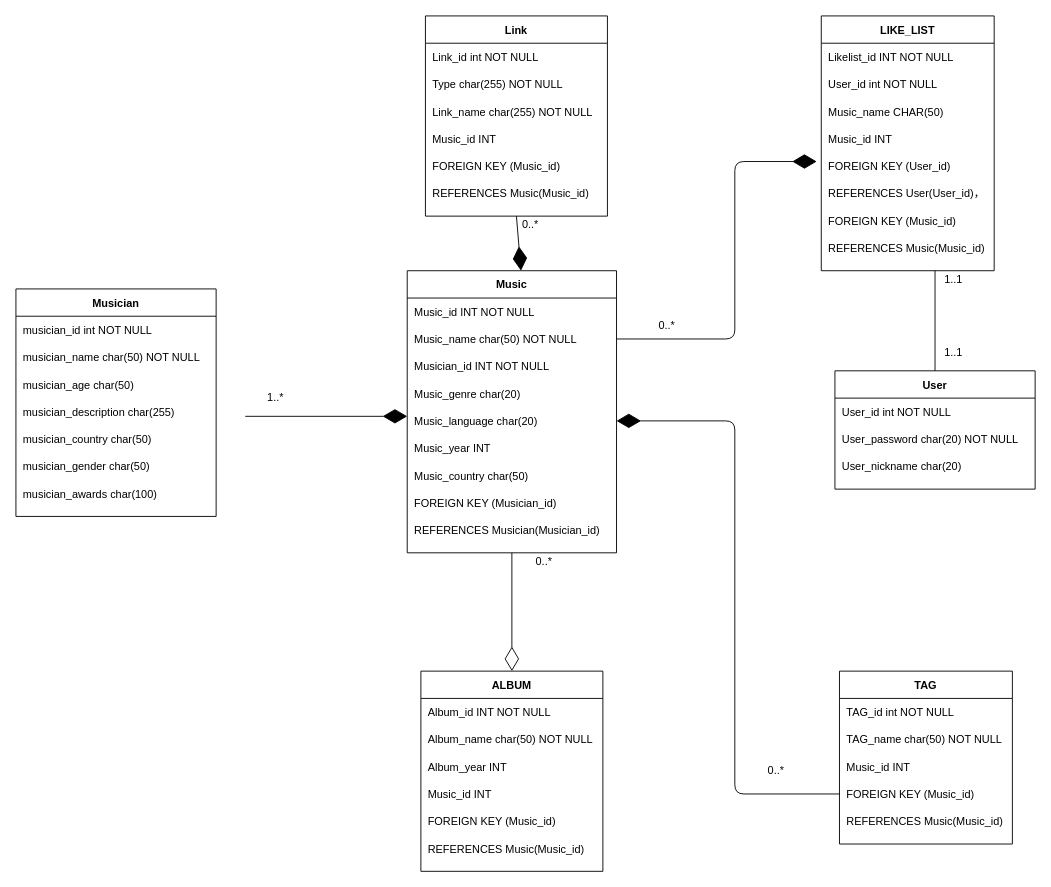
Before: Stage2.drawio in neo99zhang/CS411-Project-Tornado-Music, a draw.io diagram. Source tidied: cells renumbered, new cells numbered last; positions are measured from the earlier drawing's top-left corner, leaving out a move shared by most shapes. Both pictures are drawn from the tidied source at 91%, with x=0, y=0 at pixel (15, 15).
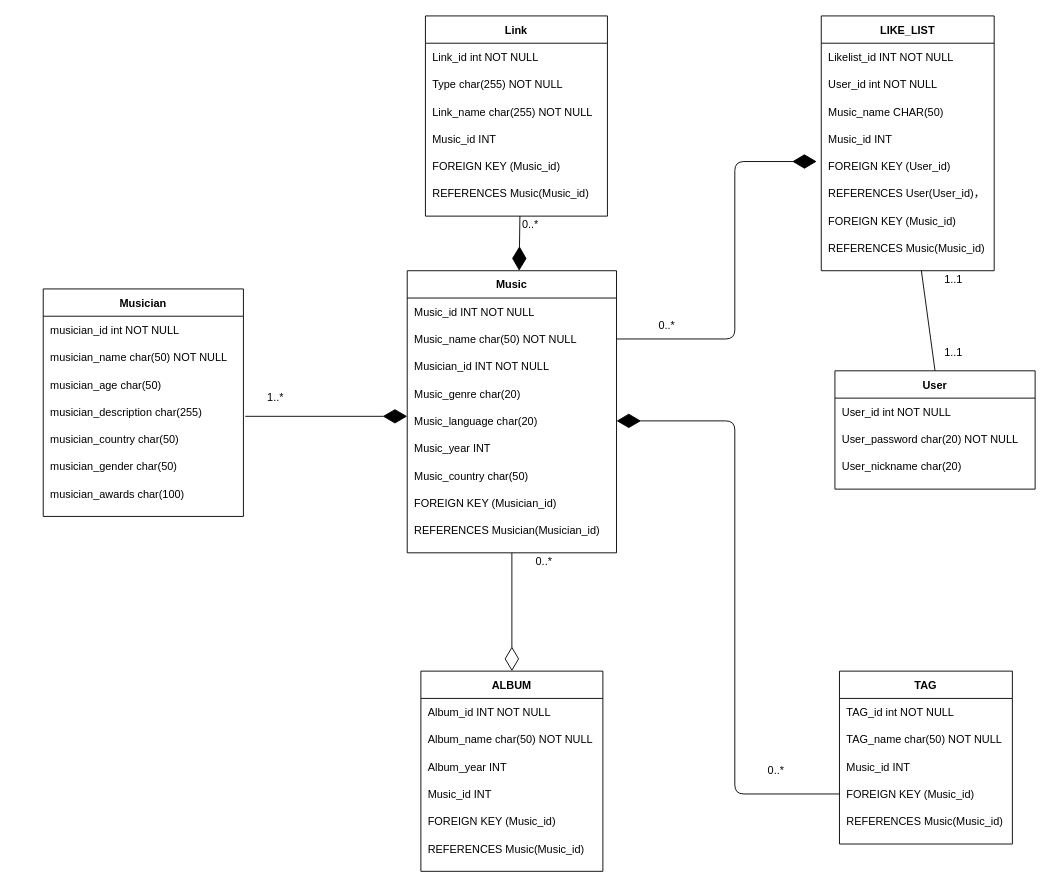
The same page after the edit.

Unchanged cells that the change refers to:
```xml
<mxCell id="2" value="User" style="shape=table;startSize=30;childLayout=tableLayout;rowLines=0;fontStyle=1;align=center;" parent="1" vertex="1">
  <mxGeometry x="900" y="390" width="220" height="130" as="geometry" />
</mxCell>
<mxCell id="43" value="Link" style="shape=table;startSize=30;childLayout=tableLayout;rowLines=0;fontStyle=1;align=center;" parent="1" vertex="1">
  <mxGeometry x="450" width="200" height="220" as="geometry" />
</mxCell>
<mxCell id="102" value="0..*" style="text;html=1;align=center;verticalAlign=middle;points=[];strokeColor=none;fillColor=none;" parent="1" vertex="1">
  <mxGeometry x="550" y="220" width="30" height="20" as="geometry" />
</mxCell>
```

What changed in the source:
```diff
@@
     <mxCell id="9" value="Musician" style="shape=table;startSize=30;childLayout=tableLayout;rowLines=0;fontStyle=1;align=center;" parent="1" vertex="1">
-      <mxGeometry y="300" width="220" height="250" as="geometry" />
+      <mxGeometry x="30" y="300" width="220" height="250" as="geometry" />
     </mxCell>
@@
-    <mxCell id="101" style="endArrow=diamondThin;endFill=1;endSize=24;html=1;exitX=0.5;exitY=1;exitDx=0;exitDy=0;" parent="1" edge="1" source="43">
+    <mxCell id="101" style="endArrow=diamondThin;endFill=1;endSize=24;html=1;exitX=0.128;exitY=0;exitDx=0;exitDy=0;exitPerimeter=0;" parent="1" edge="1" source="102">
       <mxGeometry relative="1" as="geometry">
-        <mxPoint x="555" y="280" as="targetPoint" />
+        <mxPoint x="553" y="280" as="targetPoint" />
       </mxGeometry>
     </mxCell>
@@
     <mxCell id="105" style="endArrow=none;html=1;exitX=0.5;exitY=0;exitDx=0;exitDy=0;" parent="1" edge="1" source="2">
       <mxGeometry relative="1" as="geometry">
-        <mxPoint x="1010" y="280" as="targetPoint" />
+        <mxPoint x="995" y="280" as="targetPoint" />
       </mxGeometry>
     </mxCell>
```
